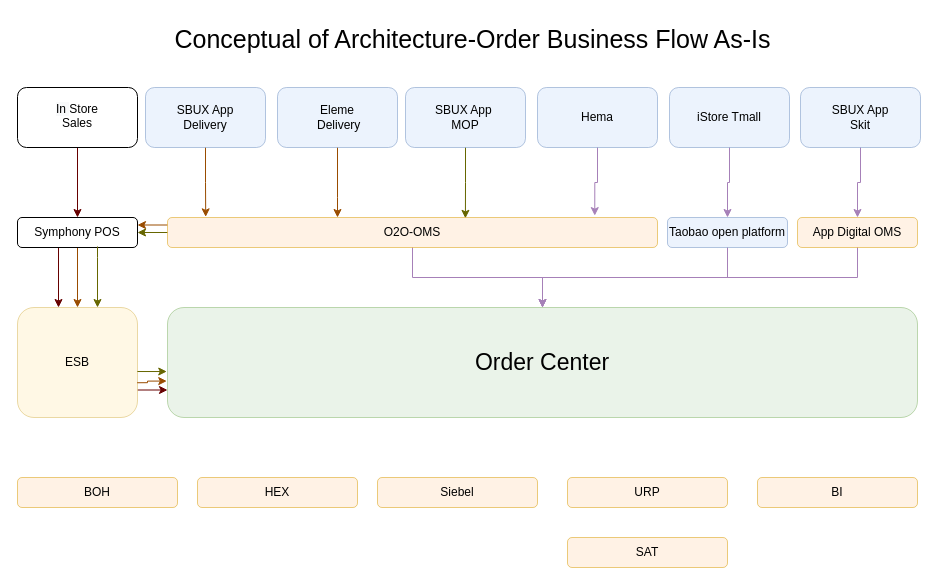
Before: page "B - Order Center" (2 of 5) of Mid Layer Platform Order Business Flow Arch.drawio in sotheair/designs, a draw.io diagram. Source tidied: cells renumbered, new cells numbered last; positions are measured from the earlier drawing's top-left corner, leaving out a move shared by most shapes. Both pictures are drawn from the tidied source at 100%, with x=0, y=0 at pixel (17, 17).
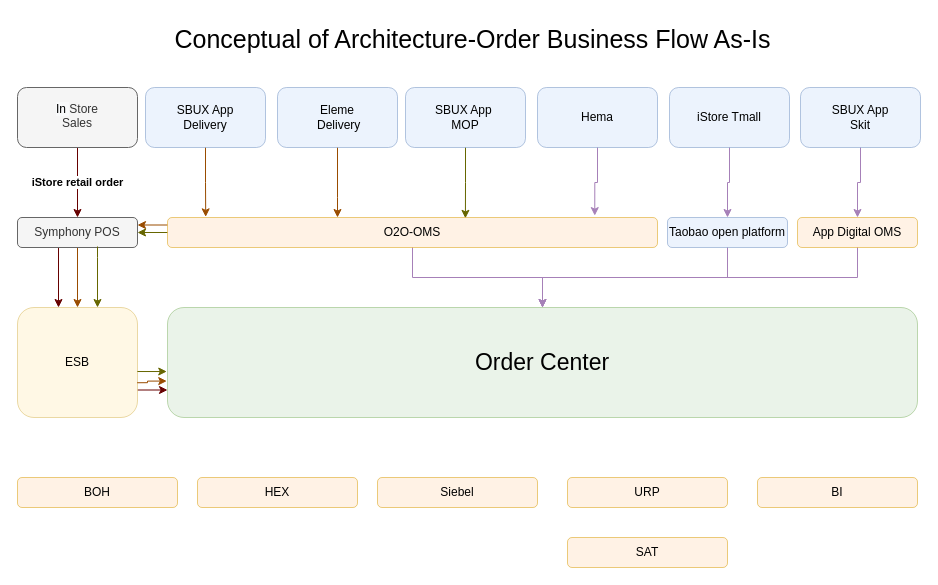
The same diagram, later.

Unchanged cells that the change refers to:
```xml
<mxCell id="9" value="SBUX App&lt;br&gt;Delivery" style="rounded=1;whiteSpace=wrap;html=1;fillColor=#dae8fc;strokeColor=#6C8EBF;opacity=50;" parent="1" vertex="1">
  <mxGeometry x="128" y="70" width="120" height="60" as="geometry" />
</mxCell>
<mxCell id="20" value="O2O-OMS" style="rounded=1;whiteSpace=wrap;html=1;fillColor=#ffe6cc;strokeColor=#d79b00;opacity=50;" parent="1" vertex="1">
  <mxGeometry x="150" y="200" width="490" height="30" as="geometry" />
</mxCell>
```

What changed in the source:
```diff
@@
-    <mxCell id="4" style="edgeStyle=orthogonalEdgeStyle;rounded=0;jettySize=auto;html=1;exitX=0.5;exitY=1;exitDx=0;exitDy=0;fontStyle=1;strokeColor=#660000;" parent="1" edge="1" source="5" target="23">
+    <mxCell id="4" value="iStore retail order" style="edgeStyle=orthogonalEdgeStyle;rounded=0;jettySize=auto;html=1;exitX=0.5;exitY=1;exitDx=0;exitDy=0;fontStyle=1;strokeColor=#660000;" parent="1" edge="1" source="5" target="23">
       <mxGeometry relative="1" as="geometry" />
     </mxCell>
-    <mxCell id="5" value="&lt;span style=&quot;font: 12px / 1.2 &amp;#34;helvetica&amp;#34; ; color: rgb(0 , 0 , 0) ; text-transform: none ; text-indent: 0px ; letter-spacing: normal ; text-decoration: none ; word-spacing: 0px ; display: inline ; white-space: normal ; float: none ; overflow-wrap: normal ; background-color: rgb(248 , 249 , 250)&quot;&gt;In &lt;/span&gt;Store&lt;br&gt;Sales&lt;br&gt;&amp;nbsp;" style="rounded=1;whiteSpace=wrap;html=1;fillColor=none;align=center;verticalAlign=bottom;" parent="1" vertex="1">
+    <mxCell id="5" value="&lt;span style=&quot;font: 12px / 1.2 &amp;#34;helvetica&amp;#34; ; color: rgb(0 , 0 , 0) ; text-transform: none ; text-indent: 0px ; letter-spacing: normal ; text-decoration: none ; word-spacing: 0px ; display: inline ; white-space: normal ; float: none ; overflow-wrap: normal ; background-color: rgb(248 , 249 , 250)&quot;&gt;In &lt;/span&gt;Store&lt;br&gt;Sales&lt;br&gt;&amp;nbsp;" style="rounded=1;whiteSpace=wrap;html=1;fillColor=#f5f5f5;align=center;verticalAlign=bottom;strokeColor=#666666;fontColor=#333333;" parent="1" vertex="1">
       <mxGeometry y="70" width="120" height="60" as="geometry" />
     </mxCell>
@@
-    <mxCell id="8" style="edgeStyle=orthogonalEdgeStyle;rounded=0;jettySize=auto;html=1;entryX=0.078;entryY=-0.022;entryDx=0;entryDy=0;entryPerimeter=0;labelBackgroundColor=#990000;strokeColor=#994C00;fontColor=#990000;" parent="1" edge="1" source="9" target="20">
+    <mxCell id="8" style="edgeStyle=orthogonalEdgeStyle;rounded=0;jettySize=auto;html=1;entryX=0.078;entryY=-0.022;entryDx=0;entryDy=0;entryPerimeter=0;labelBackgroundColor=#FFFFFF;strokeColor=#994C00;fontColor=#330000;" parent="1" edge="1" source="9" target="20">
       <mxGeometry relative="1" as="geometry" />
     </mxCell>
@@
-    <mxCell id="23" value="Symphony POS" style="rounded=1;whiteSpace=wrap;html=1;fillColor=none;" parent="1" vertex="1">
+    <mxCell id="23" value="Symphony POS" style="rounded=1;whiteSpace=wrap;html=1;fillColor=#f5f5f5;strokeColor=#666666;fontColor=#333333;" parent="1" vertex="1">
       <mxGeometry y="200" width="120" height="30" as="geometry" />
     </mxCell>
```
